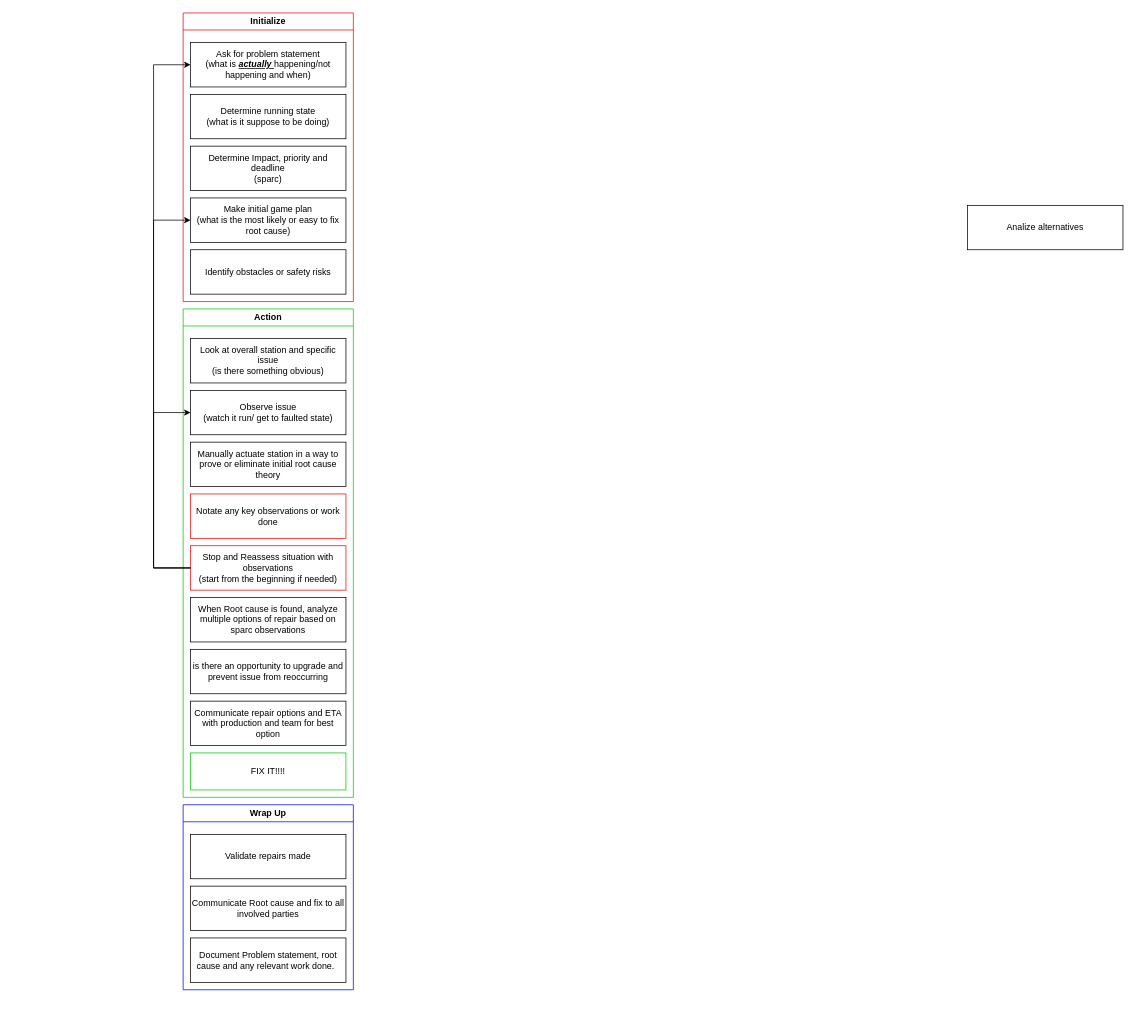
This is Untitled Diagram.drawio from usernamesareusless/documentation, a draw.io file, before an edit. Source tidied: cells renumbered, new cells numbered last; positions are measured from the earlier drawing's top-left corner, leaving out a move shared by most shapes. Both pictures are drawn from the tidied source at 74%, with x=0, y=0 at pixel (153, 13).
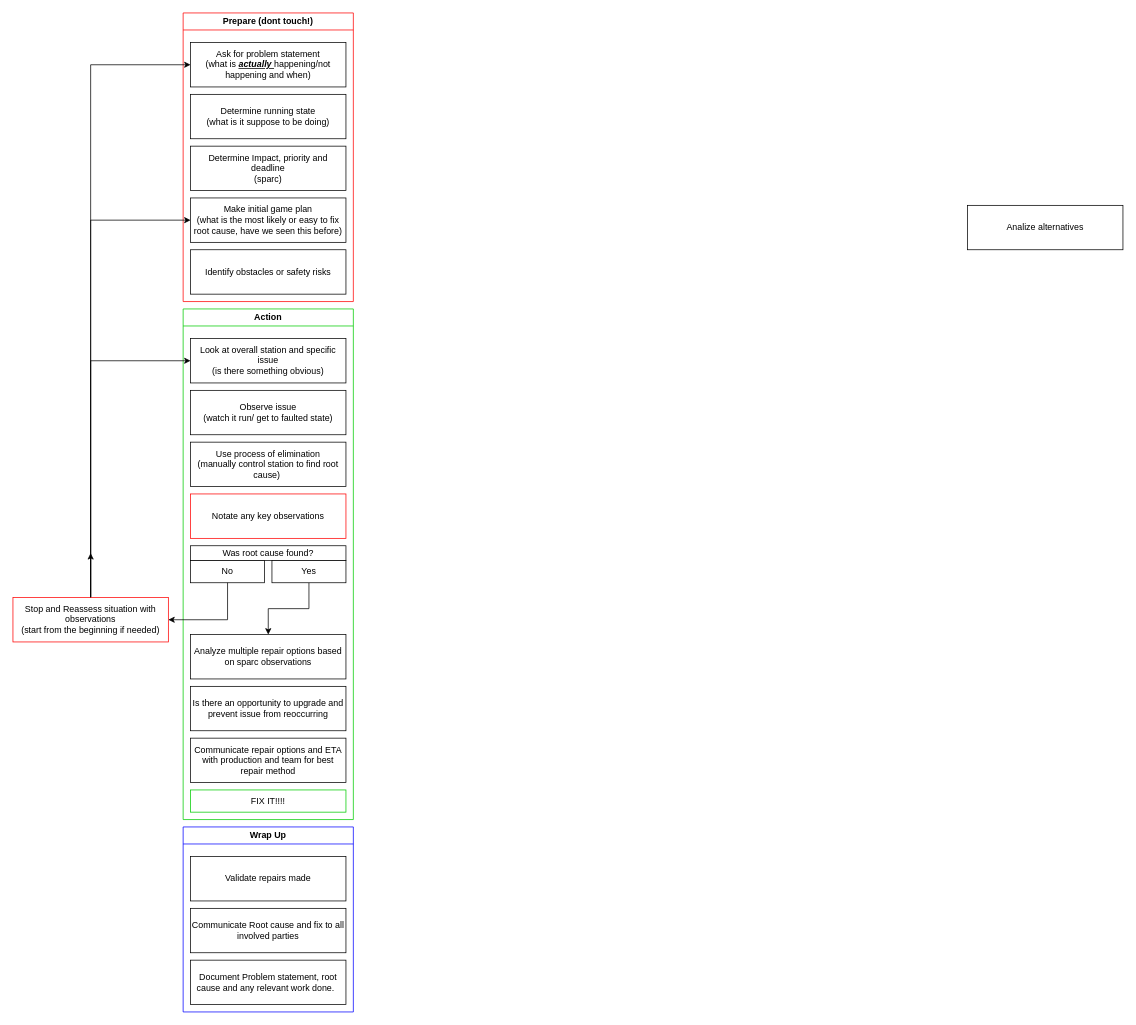
The same page after the edit.

Unchanged cells that the change refers to:
```xml
<mxCell id="3" value="Ask for problem statement&lt;br&gt;(what is&amp;nbsp;&lt;i&gt;&lt;b&gt;&lt;u&gt;actually &lt;/u&gt;&lt;/b&gt;&lt;/i&gt;happening/not happening and when)" style="rounded=0;whiteSpace=wrap;html=1;" parent="2" vertex="1">
  <mxGeometry x="10" y="40" width="210" height="60" as="geometry" />
</mxCell>
<mxCell id="10" value="Look at overall station and specific issue&lt;br&gt;(is there something obvious)" style="rounded=0;whiteSpace=wrap;html=1;" parent="9" vertex="1">
  <mxGeometry x="10" y="40" width="210" height="60" as="geometry" />
</mxCell>
<mxCell id="14" value="Observe issue&lt;br style=&quot;border-color: var(--border-color);&quot;&gt;(watch it run/ get to faulted state)" style="rounded=0;whiteSpace=wrap;html=1;" parent="9" vertex="1">
  <mxGeometry x="10" y="110" width="210" height="60" as="geometry" />
</mxCell>
```

Diff of the diagram source:
```diff
@@
-    <mxCell id="2" value="Initialize&lt;br&gt;" style="swimlane;whiteSpace=wrap;html=1;gradientColor=none;fillColor=default;strokeColor=#ff0000;" parent="1" vertex="1">
+    <mxCell id="2" value="Prepare (dont touch!)" style="swimlane;whiteSpace=wrap;html=1;gradientColor=none;fillColor=default;strokeColor=#ff0000;" parent="1" vertex="1">
       <mxGeometry x="40" width="230" height="390" as="geometry" />
     </mxCell>
@@
-    <mxCell id="7" value="Make initial game plan&lt;br&gt;(what is the most likely or easy to fix root cause)" style="rounded=0;whiteSpace=wrap;html=1;" parent="2" vertex="1">
+    <mxCell id="7" value="Make initial game plan&lt;br&gt;(what is the most likely or easy to fix root cause, have we seen this before)" style="rounded=0;whiteSpace=wrap;html=1;" parent="2" vertex="1">
       <mxGeometry x="10" y="250" width="210" height="60" as="geometry" />
     </mxCell>
@@
     <mxCell id="9" value="Action" style="swimlane;whiteSpace=wrap;html=1;gradientColor=none;fillColor=default;strokeColor=#00CC00;" parent="1" vertex="1">
-      <mxGeometry x="40" y="400" width="230" height="660" as="geometry" />
+      <mxGeometry x="40" y="400" width="230" height="690" as="geometry" />
     </mxCell>
@@
-    <mxCell id="11" value="Manually actuate station in a way to prove or eliminate initial root cause theory" style="rounded=0;whiteSpace=wrap;html=1;" parent="9" vertex="1">
+    <mxCell id="11" value="Use process of elimination&lt;br&gt;(manually control station to find root cause)&amp;nbsp;" style="rounded=0;whiteSpace=wrap;html=1;" parent="9" vertex="1">
       <mxGeometry x="10" y="180" width="210" height="60" as="geometry" />
     </mxCell>
-    <mxCell id="12" style="edgeStyle=orthogonalEdgeStyle;rounded=0;jettySize=auto;html=1;exitX=0;exitY=0.5;exitDx=0;exitDy=0;entryX=0;entryY=0.5;entryDx=0;entryDy=0;" parent="9" edge="1" source="13" target="14">
-      <mxGeometry relative="1" as="geometry">
-        <Array as="points">
-          <mxPoint x="-40" y="350" />
-          <mxPoint x="-40" y="140" />
-        </Array>
-      </mxGeometry>
-    </mxCell>
-    <mxCell id="13" value="Stop and Reassess situation with observations&lt;br&gt;(start from the beginning if needed)" style="rounded=0;whiteSpace=wrap;html=1;strokeColor=#FF0000;" parent="9" vertex="1">
-      <mxGeometry x="10" y="320" width="210" height="60" as="geometry" />
-    </mxCell>
@@
-    <mxCell id="15" value="When Root cause is found, analyze multiple options of repair based on sparc observations" style="rounded=0;whiteSpace=wrap;html=1;" parent="9" vertex="1">
-      <mxGeometry x="10" y="390" width="210" height="60" as="geometry" />
+    <mxCell id="15" value="Analyze multiple repair options based on sparc observations" style="rounded=0;whiteSpace=wrap;html=1;" parent="9" vertex="1">
+      <mxGeometry x="10" y="440" width="210" height="60" as="geometry" />
     </mxCell>
     <mxCell id="16" value="FIX IT!!!!" style="rounded=0;whiteSpace=wrap;html=1;strokeColor=#00CC00;" parent="9" vertex="1">
-      <mxGeometry x="10" y="600" width="210" height="50" as="geometry" />
+      <mxGeometry x="10" y="650" width="210" height="30" as="geometry" />
     </mxCell>
-    <mxCell id="17" value="Communicate repair options and ETA with production and team for best option" style="rounded=0;whiteSpace=wrap;html=1;" parent="9" vertex="1">
-      <mxGeometry x="10" y="530" width="210" height="60" as="geometry" />
+    <mxCell id="17" value="Communicate repair options and ETA with production and team for best repair method" style="rounded=0;whiteSpace=wrap;html=1;" parent="9" vertex="1">
+      <mxGeometry x="10" y="580" width="210" height="60" as="geometry" />
     </mxCell>
-    <mxCell id="18" value="is there an opportunity to upgrade and prevent issue from reoccurring" style="rounded=0;whiteSpace=wrap;html=1;strokeColor=#000000;" parent="9" vertex="1">
-      <mxGeometry x="10" y="460" width="210" height="60" as="geometry" />
+    <mxCell id="18" value="Is there an opportunity to upgrade and prevent issue from reoccurring" style="rounded=0;whiteSpace=wrap;html=1;strokeColor=#000000;" parent="9" vertex="1">
+      <mxGeometry x="10" y="510" width="210" height="60" as="geometry" />
     </mxCell>
-    <mxCell id="19" value="Notate any key observations or work done" style="rounded=0;whiteSpace=wrap;html=1;strokeColor=#FF0000;" parent="9" vertex="1">
+    <mxCell id="19" value="Notate any key observations" style="rounded=0;whiteSpace=wrap;html=1;strokeColor=#FF0000;" parent="9" vertex="1">
       <mxGeometry x="10" y="250" width="210" height="60" as="geometry" />
     </mxCell>
+    <mxCell id="26" value="Was root cause found?" style="rounded=0;whiteSpace=wrap;html=1;strokeColor=#000000;" parent="9" vertex="1">
+      <mxGeometry x="10" y="320" width="210" height="20" as="geometry" />
+    </mxCell>
+    <mxCell id="27" value="No" style="rounded=0;whiteSpace=wrap;html=1;" parent="9" vertex="1">
+      <mxGeometry x="10" y="340" width="100" height="30" as="geometry" />
+    </mxCell>
+    <mxCell id="28" style="edgeStyle=orthogonalEdgeStyle;rounded=0;jettySize=auto;html=1;exitX=0.5;exitY=1;exitDx=0;exitDy=0;" parent="9" edge="1" source="29" target="15">
+      <mxGeometry relative="1" as="geometry" />
+    </mxCell>
+    <mxCell id="29" value="Yes" style="rounded=0;whiteSpace=wrap;html=1;" parent="9" vertex="1">
+      <mxGeometry x="120" y="340" width="100" height="30" as="geometry" />
+    </mxCell>
     <mxCell id="20" value="Wrap Up" style="swimlane;whiteSpace=wrap;html=1;gradientColor=none;fillColor=default;strokeColor=#0000FF;" parent="1" vertex="1">
-      <mxGeometry x="40" y="1070" width="230" height="250" as="geometry" />
+      <mxGeometry x="40" y="1100" width="230" height="250" as="geometry" />
     </mxCell>
@@
-    <mxCell id="24" style="edgeStyle=orthogonalEdgeStyle;rounded=0;jettySize=auto;html=1;exitX=0;exitY=0.5;exitDx=0;exitDy=0;entryX=0;entryY=0.5;entryDx=0;entryDy=0;" parent="1" edge="1" source="13" target="7">
+    <mxCell id="24" style="edgeStyle=orthogonalEdgeStyle;rounded=0;jettySize=auto;html=1;exitX=0.5;exitY=0;exitDx=0;exitDy=0;entryX=0;entryY=0.5;entryDx=0;entryDy=0;" parent="1" edge="1" source="13" target="7">
       <mxGeometry relative="1" as="geometry">
         <Array as="points">
-          <mxPoint y="750" />
-          <mxPoint y="280" />
+          <mxPoint x="-85" y="280" />
         </Array>
       </mxGeometry>
     </mxCell>
-    <mxCell id="25" style="edgeStyle=orthogonalEdgeStyle;rounded=0;jettySize=auto;html=1;exitX=0;exitY=0.5;exitDx=0;exitDy=0;entryX=0;entryY=0.5;entryDx=0;entryDy=0;" parent="1" edge="1" source="13" target="3">
+    <mxCell id="25" style="edgeStyle=orthogonalEdgeStyle;rounded=0;jettySize=auto;html=1;exitX=0.5;exitY=0;exitDx=0;exitDy=0;entryX=0;entryY=0.5;entryDx=0;entryDy=0;" parent="1" edge="1" source="13" target="3">
       <mxGeometry relative="1" as="geometry">
         <Array as="points">
-          <mxPoint y="750" />
-          <mxPoint y="70" />
+          <mxPoint x="-85" y="70" />
         </Array>
       </mxGeometry>
     </mxCell>
+    <mxCell id="30" style="edgeStyle=orthogonalEdgeStyle;rounded=0;jettySize=auto;html=1;exitX=0.5;exitY=0;exitDx=0;exitDy=0;" parent="1" edge="1" source="13">
+      <mxGeometry relative="1" as="geometry">
+        <mxPoint x="-85" y="730" as="targetPoint" />
+        <Array as="points">
+          <mxPoint x="-85" y="760" />
+        </Array>
+      </mxGeometry>
+    </mxCell>
+    <mxCell id="13" value="Stop and Reassess situation with observations&lt;br&gt;(start from the beginning if needed)" style="rounded=0;whiteSpace=wrap;html=1;strokeColor=#FF0000;" parent="1" vertex="1">
+      <mxGeometry x="-190" y="790" width="210" height="60" as="geometry" />
+    </mxCell>
+    <mxCell id="31" style="edgeStyle=orthogonalEdgeStyle;rounded=0;jettySize=auto;html=1;exitX=0.5;exitY=0;exitDx=0;exitDy=0;entryX=0;entryY=0.5;entryDx=0;entryDy=0;" parent="1" edge="1" source="13" target="10">
+      <mxGeometry relative="1" as="geometry">
+        <Array as="points">
+          <mxPoint x="-85" y="470" />
+        </Array>
+      </mxGeometry>
+    </mxCell>
+    <mxCell id="32" style="edgeStyle=orthogonalEdgeStyle;rounded=0;jettySize=auto;html=1;exitX=0.5;exitY=1;exitDx=0;exitDy=0;entryX=1;entryY=0.5;entryDx=0;entryDy=0;" parent="1" edge="1" source="27" target="13">
+      <mxGeometry relative="1" as="geometry" />
+    </mxCell>
```
